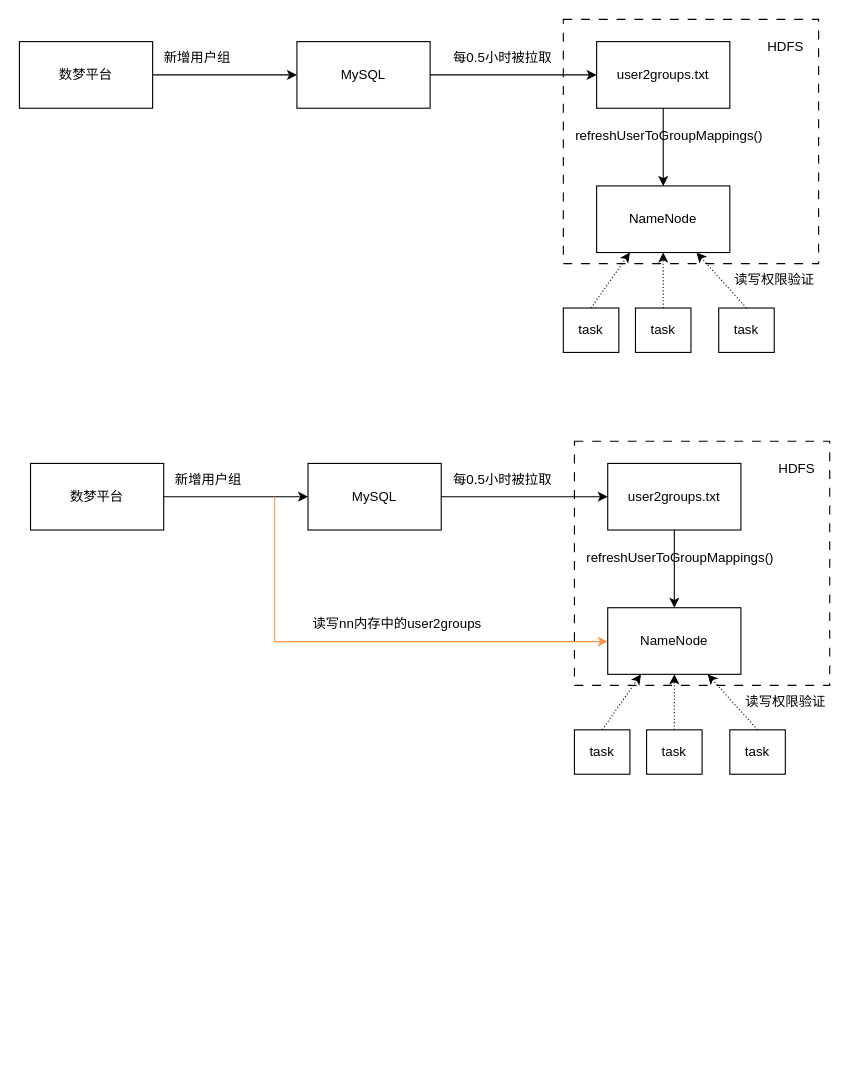
wmsj2000/drawio keeps this draw.io diagram as refeshUser2Group.drawio. Above is the earlier version. Source tidied: cells renumbered, new cells numbered last; positions are measured from the earlier drawing's top-left corner, leaving out a move shared by most shapes. Both pictures are drawn from the tidied source at 111%, with x=0, y=0 at pixel (19, 19).
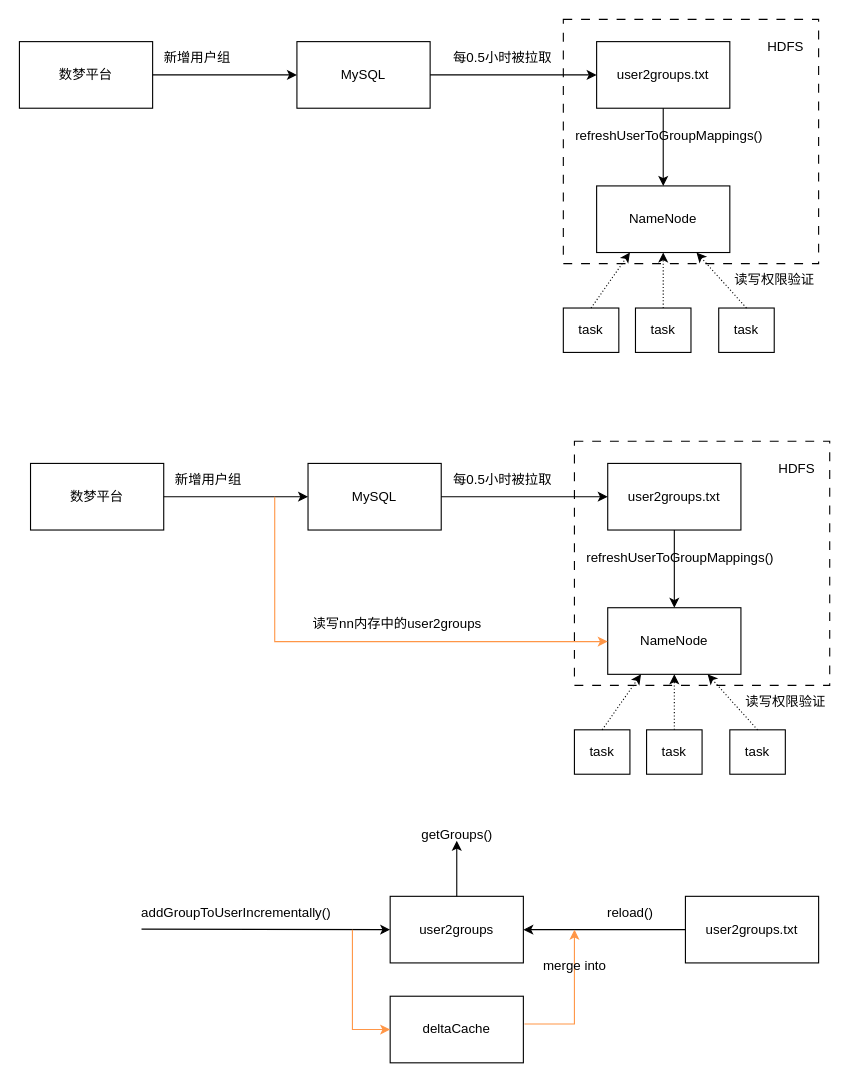
After the change.

Change to the diagram source:
```diff
@@
+    <mxCell id="42" value="user2groups" style="rounded=0;whiteSpace=wrap;html=1;" parent="1" vertex="1">
+      <mxGeometry x="334" y="790" width="120" height="60" as="geometry" />
+    </mxCell>
+    <mxCell id="43" value="deltaCache" style="rounded=0;whiteSpace=wrap;html=1;" parent="1" vertex="1">
+      <mxGeometry x="334" y="880" width="120" height="60" as="geometry" />
+    </mxCell>
+    <mxCell id="44" style="endArrow=classic;html=1;rounded=0;exitX=1;exitY=0.5;exitDx=0;exitDy=0;entryX=0;entryY=0.5;entryDx=0;entryDy=0;" parent="1" edge="1" target="42">
+      <mxGeometry relative="1" as="geometry">
+        <mxPoint x="110" y="819.5" as="sourcePoint" />
+      </mxGeometry>
+    </mxCell>
+    <mxCell id="45" value="addGroupToUserIncrementally()" style="text;html=1;align=center;verticalAlign=middle;strokeColor=none;fillColor=none;" parent="1" vertex="1">
+      <mxGeometry x="100" y="790" width="190" height="30" as="geometry" />
+    </mxCell>
+    <mxCell id="46" style="edgeStyle=segmentEdgeStyle;endArrow=classic;html=1;curved=0;rounded=0;strokeColor=#FF9647;entryX=0;entryY=0.5;entryDx=0;entryDy=0;" parent="1" edge="1" target="43">
+      <mxGeometry relative="1" as="geometry">
+        <mxPoint x="300" y="820" as="sourcePoint" />
+        <Array as="points">
+          <mxPoint x="300" y="910" />
+        </Array>
+      </mxGeometry>
+    </mxCell>
+    <mxCell id="47" style="endArrow=classic;html=1;rounded=0;exitX=0.5;exitY=0;exitDx=0;exitDy=0;strokeColor=default;align=center;verticalAlign=middle;fontFamily=Helvetica;fontSize=11;fontColor=default;labelBackgroundColor=default;" parent="1" edge="1" source="42">
+      <mxGeometry relative="1" as="geometry">
+        <mxPoint x="394" y="740" as="targetPoint" />
+      </mxGeometry>
+    </mxCell>
+    <mxCell id="48" value="getGroups()" style="text;html=1;align=center;verticalAlign=middle;strokeColor=none;fillColor=none;" parent="1" vertex="1">
+      <mxGeometry x="349" y="720" width="90" height="30" as="geometry" />
+    </mxCell>
+    <mxCell id="49" value="user2groups.txt" style="rounded=0;whiteSpace=wrap;html=1;" parent="1" vertex="1">
+      <mxGeometry x="600" y="790" width="120" height="60" as="geometry" />
+    </mxCell>
+    <mxCell id="50" style="endArrow=classic;html=1;rounded=0;exitX=0;exitY=0.5;exitDx=0;exitDy=0;strokeColor=default;align=center;verticalAlign=middle;fontFamily=Helvetica;fontSize=11;fontColor=default;labelBackgroundColor=default;entryX=1;entryY=0.5;entryDx=0;entryDy=0;" parent="1" edge="1" source="49" target="42">
+      <mxGeometry relative="1" as="geometry" />
+    </mxCell>
+    <mxCell id="51" value="reload()" style="text;html=1;align=center;verticalAlign=middle;strokeColor=none;fillColor=none;" parent="1" vertex="1">
+      <mxGeometry x="520" y="790" width="60" height="30" as="geometry" />
+    </mxCell>
+    <mxCell id="52" style="edgeStyle=segmentEdgeStyle;endArrow=classic;html=1;curved=0;rounded=0;strokeColor=#FF9647;" parent="1" edge="1">
+      <mxGeometry relative="1" as="geometry">
+        <mxPoint x="455" y="905" as="sourcePoint" />
+        <mxPoint x="500" y="820" as="targetPoint" />
+        <Array as="points">
+          <mxPoint x="500" y="905" />
+        </Array>
+      </mxGeometry>
+    </mxCell>
+    <mxCell id="53" value="merge into" style="text;html=1;align=center;verticalAlign=middle;strokeColor=none;fillColor=none;" parent="1" vertex="1">
+      <mxGeometry x="460" y="838" width="80" height="30" as="geometry" />
+    </mxCell>
```
